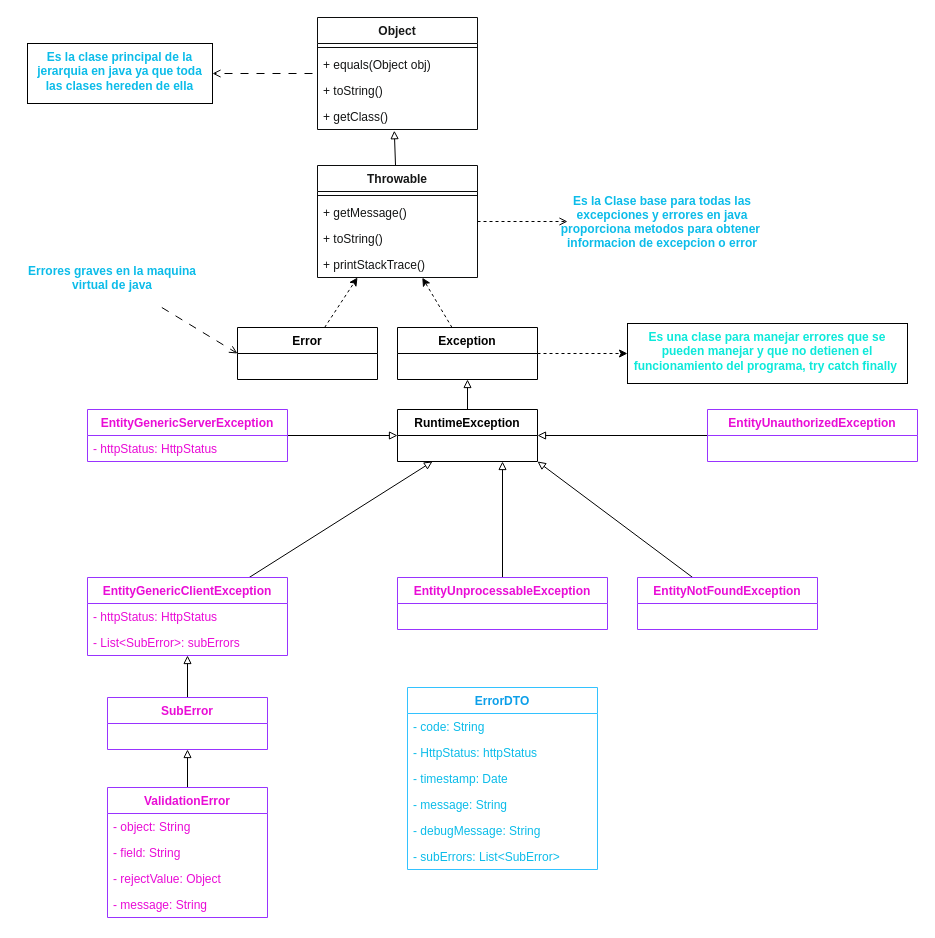
Above: biblioteca_resource/diagramas drawio/error_exception.drawio in ctucnoc/app-biblioteca (draw.io), before the change. Source tidied: cells renumbered, new cells numbered last; positions are measured from the earlier drawing's top-left corner, leaving out a move shared by most shapes. Both pictures are drawn from the tidied source at 100%, with x=0, y=0 at pixel (17, 17).
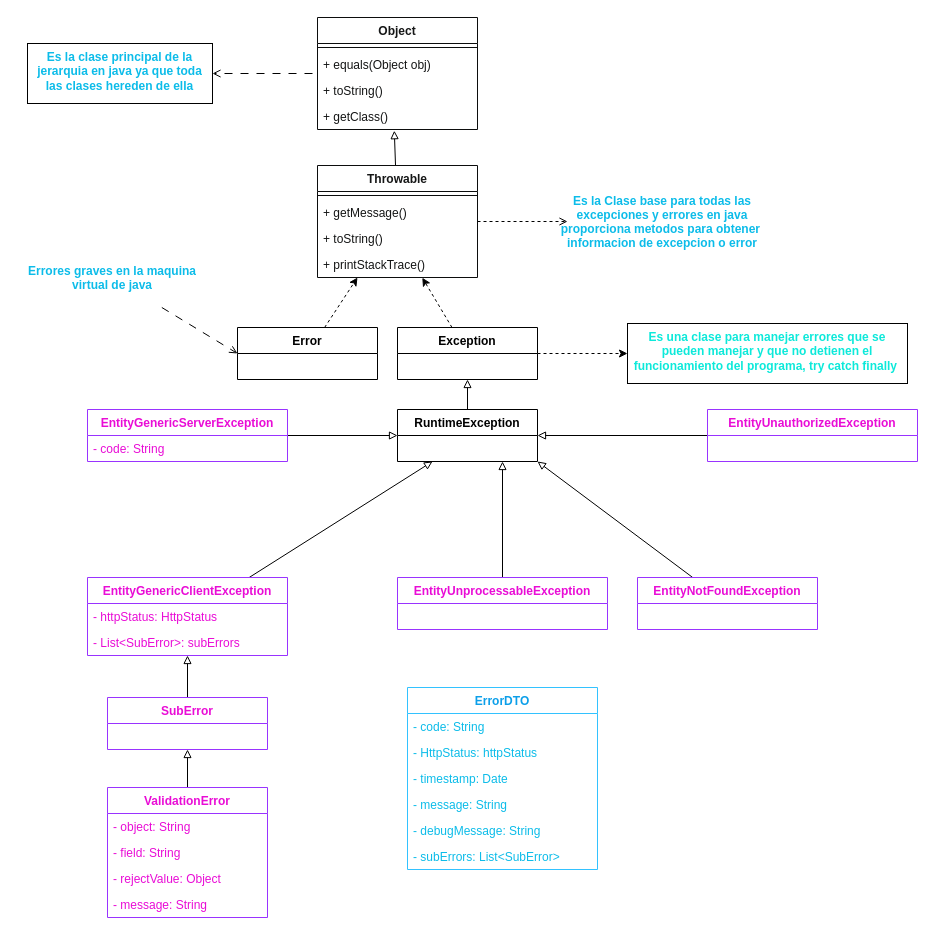
The same page after the edit.

Unchanged cells that the change refers to:
```xml
<mxCell id="21" value="EntityGenericServerException" style="swimlane;fontStyle=1;align=center;verticalAlign=top;horizontal=1;startSize=26;labelBackgroundColor=default;strokeColor=#9933FF;fontColor=#e90cd6;" parent="1" vertex="1">
  <mxGeometry x="70" y="392" width="200" height="52" as="geometry" />
</mxCell>
```

Diff of the diagram source:
```diff
@@
-    <mxCell id="22" value="- httpStatus: HttpStatus " style="text;strokeColor=none;fillColor=none;align=left;verticalAlign=top;spacingLeft=4;spacingRight=4;overflow=hidden;labelBackgroundColor=default;fontColor=#e90cd6;" parent="21" vertex="1">
+    <mxCell id="22" value="- code: String" style="text;strokeColor=none;fillColor=none;align=left;verticalAlign=top;spacingLeft=4;spacingRight=4;overflow=hidden;labelBackgroundColor=default;fontColor=#e90cd6;" parent="21" vertex="1">
       <mxGeometry y="26" width="200" height="26" as="geometry" />
     </mxCell>
```
